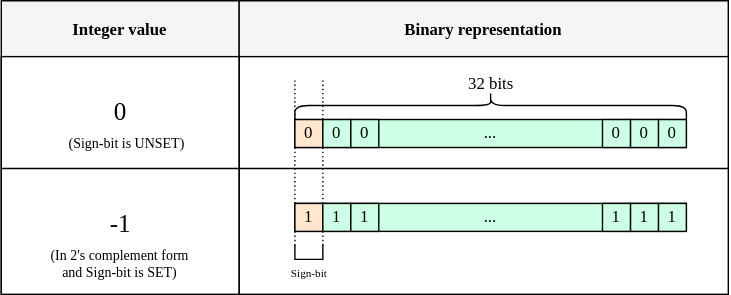
Earlier version of the draw.io export public/diagrams/memset-int.svg (datkumar/code-journal). Source tidied: cells renumbered, new cells last; positions are measured from the earlier drawing's top-left corner, leaving out a move shared by most shapes.
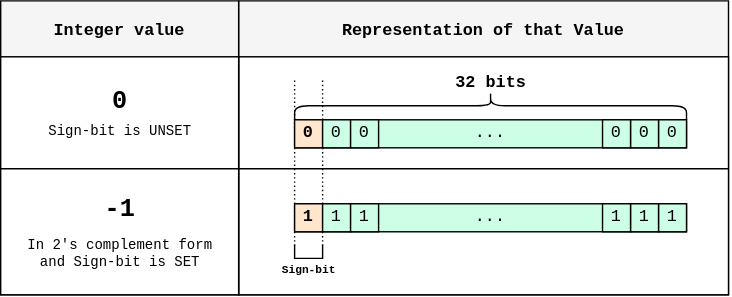
The same diagram one commit later.

What changed in the source:
```diff
@@ -2,95 +2,95 @@
   <root>
     <mxCell id="0" />
     <mxCell id="1" parent="0" />
-    <mxCell id="2" value="Binary representation" style="swimlane;startSize=40;fontFamily=Fira Code;fillColor=#f5f5f5;strokeColor=#000000;fontColor=#000000;" parent="1" vertex="1">
+    <mxCell id="2" value="Representation of that Value" style="swimlane;startSize=40;fontFamily=monospace;fillColor=light-dark(#F5F5F5,#F5F5F5);strokeColor=light-dark(#000000,#000000);fontColor=#000000;" parent="1" vertex="1">
       <mxGeometry x="170" width="350" height="210" as="geometry" />
     </mxCell>
-    <mxCell id="3" style="rounded=0;whiteSpace=wrap;html=1;" parent="2" vertex="1">
+    <mxCell id="3" style="rounded=0;whiteSpace=wrap;html=1;fontFamily=monospace;fillColor=light-dark(#FFFFFF,#FFFFFF);strokeColor=light-dark(#000000,#000000);" parent="2" vertex="1">
       <mxGeometry y="40" width="350" height="170" as="geometry" />
     </mxCell>
-    <mxCell id="4" style="endArrow=none;dashed=1;html=1;dashPattern=1 2;strokeWidth=1;rounded=0;fontFamily=Fira Code;exitX=0;exitY=0;exitDx=0;exitDy=0;strokeColor=#000000;fontColor=#000000;" parent="2" edge="1" source="13">
+    <mxCell id="4" style="endArrow=none;dashed=1;html=1;dashPattern=1 2;strokeWidth=1;rounded=0;fontFamily=monospace;exitX=0;exitY=0;exitDx=0;exitDy=0;strokeColor=#000000;fontColor=#000000;" parent="2" edge="1" source="13">
       <mxGeometry relative="1" as="geometry">
         <mxPoint x="40" y="55" as="targetPoint" />
       </mxGeometry>
     </mxCell>
-    <mxCell id="5" style="endArrow=none;dashed=1;html=1;dashPattern=1 2;strokeWidth=1;rounded=0;fontFamily=Fira Code;exitX=1;exitY=0;exitDx=0;exitDy=0;strokeColor=#000000;fontColor=#000000;" parent="2" edge="1" source="13">
+    <mxCell id="5" style="endArrow=none;dashed=1;html=1;dashPattern=1 2;strokeWidth=1;rounded=0;fontFamily=monospace;exitX=1;exitY=0;exitDx=0;exitDy=0;strokeColor=#000000;fontColor=#000000;" parent="2" edge="1" source="13">
       <mxGeometry relative="1" as="geometry">
         <mxPoint x="60" y="55" as="targetPoint" />
       </mxGeometry>
     </mxCell>
-    <mxCell id="6" value="..." style="rounded=0;whiteSpace=wrap;html=1;fillColor=#CCFFE6;fontFamily=Fira Code;strokeColor=#000000;fontColor=#000000;" parent="2" vertex="1">
+    <mxCell id="6" value="..." style="rounded=0;whiteSpace=wrap;html=1;fillColor=#CCFFE6;fontFamily=monospace;strokeColor=#000000;fontColor=#000000;" parent="2" vertex="1">
       <mxGeometry x="40" y="145" width="280" height="20" as="geometry" />
     </mxCell>
-    <mxCell id="7" value="1" style="whiteSpace=wrap;html=1;fillColor=#ffe6cc;strokeColor=#000000;fontFamily=Fira Code;fontColor=#000000;" parent="2" vertex="1">
+    <mxCell id="7" value="1" style="whiteSpace=wrap;html=1;fillColor=#ffe6cc;strokeColor=#000000;fontFamily=monospace;fontColor=#000000;fontStyle=1;" parent="2" vertex="1">
       <mxGeometry x="40" y="145" width="20" height="20" as="geometry" />
     </mxCell>
-    <mxCell id="8" value="1" style="whiteSpace=wrap;html=1;fillColor=#CCFFE6;strokeColor=#000000;fontFamily=Fira Code;fontColor=#000000;" parent="2" vertex="1">
+    <mxCell id="8" value="1" style="whiteSpace=wrap;html=1;fillColor=#CCFFE6;strokeColor=#000000;fontFamily=monospace;fontColor=#000000;" parent="2" vertex="1">
       <mxGeometry x="60" y="145" width="20" height="20" as="geometry" />
     </mxCell>
-    <mxCell id="9" value="1" style="whiteSpace=wrap;html=1;fillColor=#CCFFE6;strokeColor=#000000;fontFamily=Fira Code;fontColor=#000000;" parent="2" vertex="1">
+    <mxCell id="9" value="1" style="whiteSpace=wrap;html=1;fillColor=#CCFFE6;strokeColor=#000000;fontFamily=monospace;fontColor=#000000;" parent="2" vertex="1">
       <mxGeometry x="300" y="145" width="20" height="20" as="geometry" />
     </mxCell>
-    <mxCell id="10" value="1" style="whiteSpace=wrap;html=1;fillColor=#CCFFE6;strokeColor=#000000;fontFamily=Fira Code;fontColor=#000000;" parent="2" vertex="1">
+    <mxCell id="10" value="1" style="whiteSpace=wrap;html=1;fillColor=#CCFFE6;strokeColor=#000000;fontFamily=monospace;fontColor=#000000;" parent="2" vertex="1">
       <mxGeometry x="280" y="145" width="20" height="20" as="geometry" />
     </mxCell>
-    <mxCell id="11" value="1" style="whiteSpace=wrap;html=1;fillColor=#CCFFE6;strokeColor=#000000;fontFamily=Fira Code;fontColor=#000000;" parent="2" vertex="1">
+    <mxCell id="11" value="1" style="whiteSpace=wrap;html=1;fillColor=#CCFFE6;strokeColor=#000000;fontFamily=monospace;fontColor=#000000;" parent="2" vertex="1">
       <mxGeometry x="80" y="145" width="20" height="20" as="geometry" />
     </mxCell>
-    <mxCell id="12" value="1" style="whiteSpace=wrap;html=1;fillColor=#CCFFE6;strokeColor=#000000;fontFamily=Fira Code;fontColor=#000000;" parent="2" vertex="1">
+    <mxCell id="12" value="1" style="whiteSpace=wrap;html=1;fillColor=#CCFFE6;strokeColor=#000000;fontFamily=monospace;fontColor=#000000;" parent="2" vertex="1">
       <mxGeometry x="260" y="145" width="20" height="20" as="geometry" />
     </mxCell>
-    <mxCell id="13" style="shape=partialRectangle;whiteSpace=wrap;html=1;bottom=1;right=1;left=1;top=0;fillColor=none;routingCenterX=-0.5;direction=east;fontFamily=Fira Code;strokeColor=#000000;fontColor=#000000;" parent="2" vertex="1">
-      <mxGeometry x="40" y="175" width="20" height="10" as="geometry" />
+    <mxCell id="13" style="shape=partialRectangle;whiteSpace=wrap;html=1;bottom=1;right=1;left=1;top=0;fillColor=none;routingCenterX=-0.5;direction=east;fontFamily=monospace;strokeColor=#000000;fontColor=#000000;" parent="2" vertex="1">
+      <mxGeometry x="40" y="175" width="20" height="9" as="geometry" />
     </mxCell>
-    <mxCell id="14" value="Sign-bit" style="text;html=1;align=center;verticalAlign=middle;strokeColor=none;fillColor=none;fontFamily=Fira Code;fontSize=8;fontColor=#000000;" parent="2" vertex="1">
-      <mxGeometry x="20" y="185" width="60" height="20" as="geometry" />
+    <mxCell id="14" value="Sign-bit" style="text;html=1;align=center;verticalAlign=middle;strokeColor=none;fillColor=none;fontFamily=monospace;fontSize=8;fontColor=#000000;fontStyle=1;" parent="2" vertex="1">
+      <mxGeometry x="21.5" y="181" width="57" height="22" as="geometry" />
     </mxCell>
-    <mxCell id="15" value="..." style="rounded=0;whiteSpace=wrap;html=1;fillColor=#CCFFE6;fontFamily=Fira Code;strokeColor=#000000;fontColor=#000000;" parent="2" vertex="1">
+    <mxCell id="15" value="..." style="rounded=0;whiteSpace=wrap;html=1;fillColor=#CCFFE6;fontFamily=monospace;strokeColor=#000000;fontColor=#000000;" parent="2" vertex="1">
       <mxGeometry x="40" y="85" width="280" height="20" as="geometry" />
     </mxCell>
-    <mxCell id="16" value="0" style="whiteSpace=wrap;html=1;fillColor=#ffe6cc;strokeColor=#000000;fontFamily=Fira Code;fontColor=#000000;" parent="2" vertex="1">
+    <mxCell id="16" value="0" style="whiteSpace=wrap;html=1;fillColor=#ffe6cc;strokeColor=#000000;fontFamily=monospace;fontColor=#000000;fontStyle=1;" parent="2" vertex="1">
       <mxGeometry x="40" y="85" width="20" height="20" as="geometry" />
     </mxCell>
-    <mxCell id="17" value="0" style="whiteSpace=wrap;html=1;fillColor=#CCFFE6;strokeColor=#000000;fontFamily=Fira Code;fontColor=#000000;" parent="2" vertex="1">
+    <mxCell id="17" value="0" style="whiteSpace=wrap;html=1;fillColor=#CCFFE6;strokeColor=#000000;fontFamily=monospace;fontColor=#000000;" parent="2" vertex="1">
       <mxGeometry x="60" y="85" width="20" height="20" as="geometry" />
     </mxCell>
-    <mxCell id="18" value="0" style="whiteSpace=wrap;html=1;fillColor=#CCFFE6;strokeColor=#000000;fontFamily=Fira Code;fontColor=#000000;" parent="2" vertex="1">
+    <mxCell id="18" value="0" style="whiteSpace=wrap;html=1;fillColor=#CCFFE6;strokeColor=#000000;fontFamily=monospace;fontColor=#000000;" parent="2" vertex="1">
       <mxGeometry x="300" y="85" width="20" height="20" as="geometry" />
     </mxCell>
-    <mxCell id="19" value="0" style="whiteSpace=wrap;html=1;fillColor=#CCFFE6;strokeColor=#000000;fontFamily=Fira Code;fontColor=#000000;" parent="2" vertex="1">
+    <mxCell id="19" value="0" style="whiteSpace=wrap;html=1;fillColor=#CCFFE6;strokeColor=#000000;fontFamily=monospace;fontColor=#000000;" parent="2" vertex="1">
       <mxGeometry x="280" y="85" width="20" height="20" as="geometry" />
     </mxCell>
-    <mxCell id="20" value="0" style="whiteSpace=wrap;html=1;fillColor=#CCFFE6;strokeColor=#000000;fontFamily=Fira Code;fontColor=#000000;" parent="2" vertex="1">
+    <mxCell id="20" value="0" style="whiteSpace=wrap;html=1;fillColor=#CCFFE6;strokeColor=#000000;fontFamily=monospace;fontColor=#000000;" parent="2" vertex="1">
       <mxGeometry x="80" y="85" width="20" height="20" as="geometry" />
     </mxCell>
-    <mxCell id="21" value="0" style="whiteSpace=wrap;html=1;fillColor=#CCFFE6;strokeColor=#000000;fontFamily=Fira Code;fontColor=#000000;" parent="2" vertex="1">
+    <mxCell id="21" value="0" style="whiteSpace=wrap;html=1;fillColor=#CCFFE6;strokeColor=#000000;fontFamily=monospace;fontColor=#000000;" parent="2" vertex="1">
       <mxGeometry x="260" y="85" width="20" height="20" as="geometry" />
     </mxCell>
-    <mxCell id="22" style="shape=curlyBracket;whiteSpace=wrap;html=1;rounded=1;labelPosition=left;verticalLabelPosition=middle;align=right;verticalAlign=middle;direction=south;fontFamily=Fira Code;strokeColor=#000000;fontColor=#000000;" parent="2" vertex="1">
+    <mxCell id="22" style="shape=curlyBracket;whiteSpace=wrap;html=1;rounded=1;labelPosition=left;verticalLabelPosition=middle;align=right;verticalAlign=middle;direction=south;fontFamily=monospace;strokeColor=#000000;fontColor=#000000;" parent="2" vertex="1">
       <mxGeometry x="40" y="65" width="280" height="20" as="geometry" />
     </mxCell>
-    <mxCell id="23" value="32 bits" style="text;html=1;align=center;verticalAlign=middle;strokeColor=none;fillColor=none;fontFamily=Fira Code;fontSize=12;fontStyle=0;fontColor=#000000;" parent="2" vertex="1">
-      <mxGeometry x="145" y="45" width="70" height="30" as="geometry" />
+    <mxCell id="23" value="32 bits" style="text;html=1;align=center;verticalAlign=middle;strokeColor=none;fillColor=none;fontFamily=monospace;fontSize=12;fontStyle=1;fontColor=#000000;" parent="2" vertex="1">
+      <mxGeometry x="145.5" y="46" width="69" height="26" as="geometry" />
     </mxCell>
-    <mxCell id="24" value="Integer value" style="swimlane;startSize=40;fontFamily=Fira Code;fillColor=#f5f5f5;fontColor=#000000;strokeColor=#000000;labelBackgroundColor=none;" parent="1" vertex="1">
+    <mxCell id="24" value="Integer value" style="swimlane;startSize=40;fontFamily=monospace;fillColor=light-dark(#F5F5F5,#F5F5F5);fontColor=#000000;strokeColor=light-dark(#000000,#000000);labelBackgroundColor=none;" parent="1" vertex="1">
       <mxGeometry width="170" height="210" as="geometry" />
     </mxCell>
-    <mxCell id="25" style="rounded=0;whiteSpace=wrap;html=1;fontColor=#000000;" parent="24" vertex="1">
+    <mxCell id="25" style="rounded=0;whiteSpace=wrap;html=1;fontColor=#000000;fontFamily=monospace;fillColor=light-dark(#FFFFFF,#FFFFFF);strokeColor=light-dark(#000000,#000000);" parent="24" vertex="1">
       <mxGeometry y="40" width="170" height="170" as="geometry" />
     </mxCell>
-    <mxCell id="26" value="0" style="text;html=1;align=center;verticalAlign=middle;strokeColor=none;fillColor=none;fontFamily=Fira Code;fontSize=18;fontColor=#000000;labelBackgroundColor=none;" parent="24" vertex="1">
-      <mxGeometry x="70" y="60" width="30" height="40" as="geometry" />
+    <mxCell id="26" value="0" style="text;html=1;align=center;verticalAlign=middle;strokeColor=none;fillColor=none;fontFamily=monospace;fontSize=18;fontColor=#000000;labelBackgroundColor=none;fontStyle=1;" parent="24" vertex="1">
+      <mxGeometry x="70.5" y="55" width="29" height="34" as="geometry" />
     </mxCell>
-    <mxCell id="27" value="&lt;span style=&quot;font-family: &amp;quot;Fira Code&amp;quot;; font-style: normal; font-variant-ligatures: normal; font-variant-caps: normal; font-weight: 400; letter-spacing: normal; orphans: 2; text-indent: 0px; text-transform: none; widows: 2; word-spacing: 0px; -webkit-text-stroke-width: 0px; white-space: nowrap; text-decoration-thickness: initial; text-decoration-style: initial; text-decoration-color: initial; float: none; font-size: 10px; display: inline !important;&quot;&gt;&lt;font style=&quot;font-size: 10px;&quot;&gt;(In 2's complement form&lt;br&gt;and Sign-bit is SET)&lt;/font&gt;&lt;/span&gt;" style="text;whiteSpace=wrap;html=1;fontSize=10;align=center;glass=0;fontColor=#000000;labelBackgroundColor=none;" parent="24" vertex="1">
-      <mxGeometry x="25" y="170" width="120" height="30" as="geometry" />
+    <mxCell id="27" value="&lt;span style=&quot;font-style: normal; font-variant-ligatures: normal; font-variant-caps: normal; font-weight: 400; letter-spacing: normal; orphans: 2; text-indent: 0px; text-transform: none; widows: 2; word-spacing: 0px; -webkit-text-stroke-width: 0px; white-space: nowrap; text-decoration-thickness: initial; text-decoration-style: initial; text-decoration-color: initial; float: none; font-size: 10px; display: inline !important;&quot;&gt;&lt;font style=&quot;font-size: 10px;&quot;&gt;In 2's complement form&lt;br&gt;and Sign-bit is SET&lt;/font&gt;&lt;/span&gt;" style="text;whiteSpace=wrap;html=1;fontSize=10;align=center;glass=0;fontColor=#000000;labelBackgroundColor=none;fontFamily=monospace;" parent="24" vertex="1">
+      <mxGeometry x="14.5" y="163" width="141" height="30" as="geometry" />
     </mxCell>
-    <mxCell id="28" value="-1" style="text;html=1;align=center;verticalAlign=middle;strokeColor=none;fillColor=none;fontFamily=Fira Code;fontSize=18;fontColor=#000000;labelBackgroundColor=none;" parent="24" vertex="1">
-      <mxGeometry x="60" y="140" width="50" height="40" as="geometry" />
+    <mxCell id="28" value="-1" style="text;html=1;align=center;verticalAlign=middle;strokeColor=none;fillColor=none;fontFamily=monospace;fontSize=18;fontColor=#000000;labelBackgroundColor=none;fontStyle=1;" parent="24" vertex="1">
+      <mxGeometry x="65" y="132" width="40" height="34" as="geometry" />
     </mxCell>
-    <mxCell id="29" value="&lt;span style=&quot;font-family: &amp;quot;Fira Code&amp;quot;; font-style: normal; font-variant-ligatures: normal; font-variant-caps: normal; font-weight: 400; letter-spacing: normal; orphans: 2; text-indent: 0px; text-transform: none; widows: 2; word-spacing: 0px; -webkit-text-stroke-width: 0px; white-space: nowrap; text-decoration-thickness: initial; text-decoration-style: initial; text-decoration-color: initial; float: none; font-size: 10px; display: inline !important;&quot;&gt;&lt;font style=&quot;font-size: 10px;&quot;&gt;(Sign-bit is UNSET)&lt;/font&gt;&lt;/span&gt;" style="text;whiteSpace=wrap;html=1;fontSize=10;align=center;fillColor=none;strokeColor=none;fontColor=#000000;labelBackgroundColor=none;" parent="24" vertex="1">
-      <mxGeometry x="30" y="90" width="120" height="20" as="geometry" />
+    <mxCell id="29" value="&lt;span style=&quot;font-style: normal; font-variant-ligatures: normal; font-variant-caps: normal; font-weight: 400; letter-spacing: normal; orphans: 2; text-indent: 0px; text-transform: none; widows: 2; word-spacing: 0px; -webkit-text-stroke-width: 0px; white-space: nowrap; text-decoration-thickness: initial; text-decoration-style: initial; text-decoration-color: initial; float: none; font-size: 10px; display: inline !important;&quot;&gt;&lt;font style=&quot;font-size: 10px;&quot;&gt;Sign-bit is UNSET&lt;/font&gt;&lt;/span&gt;" style="text;whiteSpace=wrap;html=1;fontSize=10;align=center;fillColor=none;strokeColor=none;fontColor=#000000;labelBackgroundColor=none;fontFamily=monospace;" parent="24" vertex="1">
+      <mxGeometry x="16.5" y="81" width="137" height="20" as="geometry" />
     </mxCell>
-    <mxCell id="30" style="endArrow=none;html=1;rounded=0;fontFamily=Fira Code;fillColor=#f5f5f5;strokeColor=#000000;fontColor=#000000;" parent="1" edge="1">
+    <mxCell id="30" style="endArrow=none;html=1;rounded=0;fontFamily=monospace;fillColor=#f5f5f5;strokeColor=#000000;fontColor=#000000;" parent="1" edge="1">
       <mxGeometry relative="1" as="geometry">
         <mxPoint y="120" as="sourcePoint" />
         <mxPoint x="520" y="120" as="targetPoint" />
```
